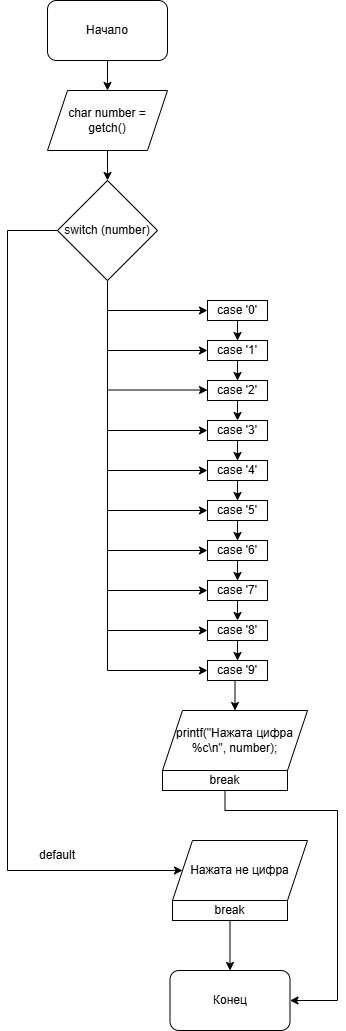
Earlier version of the draw.io export homework_Lb7/лабораторная7.png (marfilich/Homework). Source tidied: cells renumbered, new cells last; positions are measured from the earlier drawing's top-left corner, leaving out a move shared by most shapes.
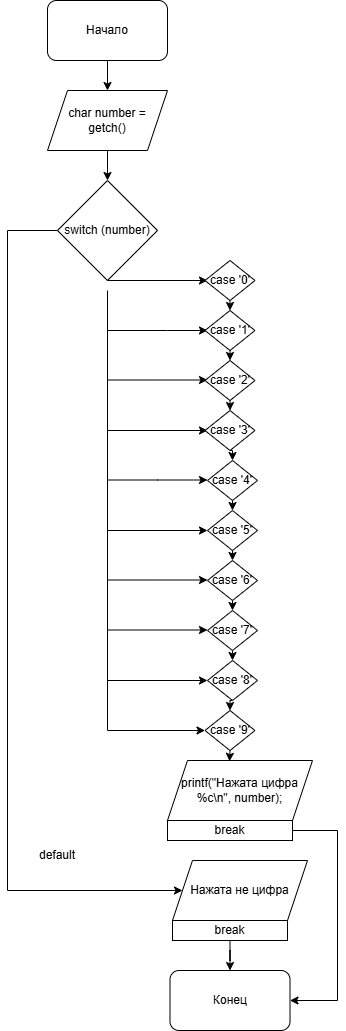
After the change.

Change to the diagram source:
```diff
@@ -14,11 +14,12 @@
     <mxCell id="5" value="char number = getch()" style="shape=parallelogram;perimeter=parallelogramPerimeter;whiteSpace=wrap;html=1;fixedSize=1;" parent="1" vertex="1">
       <mxGeometry x="40" y="90" width="120" height="60" as="geometry" />
     </mxCell>
-    <mxCell id="6" style="edgeStyle=orthogonalEdgeStyle;rounded=0;jettySize=auto;html=1;exitX=0.5;exitY=1;exitDx=0;exitDy=0;entryX=0;entryY=0.5;entryDx=0;entryDy=0;" parent="1" edge="1" target="37">
+    <mxCell id="6" style="edgeStyle=orthogonalEdgeStyle;rounded=0;orthogonalLoop=1;jettySize=auto;html=1;exitX=0.5;exitY=1;exitDx=0;exitDy=0;entryX=0;entryY=0.5;entryDx=0;entryDy=0;" parent="1" edge="1">
       <mxGeometry relative="1" as="geometry">
-        <mxPoint x="100" y="280" as="sourcePoint" />
+        <mxPoint x="100" y="290" as="sourcePoint" />
+        <mxPoint x="197.5" y="730" as="targetPoint" />
         <Array as="points">
-          <mxPoint x="100" y="670" />
+          <mxPoint x="100" y="730" />
         </Array>
       </mxGeometry>
     </mxCell>
@@ -26,8 +27,7 @@
       <mxGeometry relative="1" as="geometry">
         <Array as="points">
           <mxPoint y="230" />
-          <mxPoint y="870" />
-          <mxPoint x="175" y="870" />
+          <mxPoint y="890" />
         </Array>
       </mxGeometry>
     </mxCell>
@@ -36,20 +36,23 @@
     </mxCell>
     <mxCell id="9" style="endArrow=classic;html=1;rounded=0;" parent="1" edge="1">
       <mxGeometry relative="1" as="geometry">
-        <mxPoint x="100" y="310" as="sourcePoint" />
-        <mxPoint x="200" y="310" as="targetPoint" />
+        <mxPoint x="100" y="280" as="sourcePoint" />
+        <mxPoint x="200" y="280" as="targetPoint" />
       </mxGeometry>
     </mxCell>
     <mxCell id="10" style="endArrow=classic;html=1;rounded=0;" parent="1" edge="1">
       <mxGeometry relative="1" as="geometry">
-        <mxPoint x="100" y="350" as="sourcePoint" />
-        <mxPoint x="200" y="350" as="targetPoint" />
+        <mxPoint x="100" y="330" as="sourcePoint" />
+        <mxPoint x="200" y="330" as="targetPoint" />
+        <Array as="points">
+          <mxPoint x="160" y="330" />
+        </Array>
       </mxGeometry>
     </mxCell>
     <mxCell id="11" style="endArrow=classic;html=1;rounded=0;shadow=0;" parent="1" edge="1">
       <mxGeometry relative="1" as="geometry">
-        <mxPoint x="100" y="389.5" as="sourcePoint" />
-        <mxPoint x="200" y="389.5" as="targetPoint" />
+        <mxPoint x="100" y="379.5" as="sourcePoint" />
+        <mxPoint x="200" y="379.5" as="targetPoint" />
       </mxGeometry>
     </mxCell>
     <mxCell id="12" style="endArrow=classic;html=1;rounded=0;shadow=0;" parent="1" edge="1">
@@ -60,123 +63,127 @@
     </mxCell>
     <mxCell id="13" style="endArrow=classic;html=1;rounded=0;shadow=0;" parent="1" edge="1">
       <mxGeometry relative="1" as="geometry">
-        <mxPoint x="100" y="470" as="sourcePoint" />
-        <mxPoint x="200" y="470" as="targetPoint" />
+        <mxPoint x="100" y="479.5" as="sourcePoint" />
+        <mxPoint x="200" y="479.5" as="targetPoint" />
+        <Array as="points">
+          <mxPoint x="150" y="479.5" />
+        </Array>
       </mxGeometry>
     </mxCell>
     <mxCell id="14" style="endArrow=classic;html=1;rounded=0;shadow=0;" parent="1" edge="1">
       <mxGeometry relative="1" as="geometry">
-        <mxPoint x="100" y="510" as="sourcePoint" />
-        <mxPoint x="200" y="510" as="targetPoint" />
+        <mxPoint x="100" y="530" as="sourcePoint" />
+        <mxPoint x="200" y="530" as="targetPoint" />
       </mxGeometry>
     </mxCell>
     <mxCell id="15" style="endArrow=classic;html=1;rounded=0;shadow=0;" parent="1" edge="1">
       <mxGeometry relative="1" as="geometry">
-        <mxPoint x="100" y="550" as="sourcePoint" />
-        <mxPoint x="200" y="550" as="targetPoint" />
+        <mxPoint x="100" y="579.5" as="sourcePoint" />
+        <mxPoint x="200" y="579.5" as="targetPoint" />
       </mxGeometry>
     </mxCell>
     <mxCell id="16" style="endArrow=classic;html=1;rounded=0;shadow=0;" parent="1" edge="1">
       <mxGeometry relative="1" as="geometry">
-        <mxPoint x="100" y="590" as="sourcePoint" />
-        <mxPoint x="200" y="590" as="targetPoint" />
+        <mxPoint x="100" y="629.5" as="sourcePoint" />
+        <mxPoint x="200" y="629.5" as="targetPoint" />
       </mxGeometry>
     </mxCell>
-    <mxCell id="17" style="endArrow=classic;html=1;rounded=0;shadow=0;" parent="1" edge="1">
-      <mxGeometry relative="1" as="geometry">
-        <mxPoint x="100" y="630" as="sourcePoint" />
-        <mxPoint x="200" y="630" as="targetPoint" />
-      </mxGeometry>
-    </mxCell>
+    <mxCell id="38" value="printf(&quot;Нажата цифра %c\n&quot;, number);" style="shape=parallelogram;perimeter=parallelogramPerimeter;whiteSpace=wrap;html=1;fixedSize=1;" parent="1" vertex="1">
+      <mxGeometry x="160" y="760" width="145" height="60" as="geometry" />
+    </mxCell>
+    <mxCell id="39" value="Нажата не цифра" style="shape=parallelogram;perimeter=parallelogramPerimeter;whiteSpace=wrap;html=1;fixedSize=1;" parent="1" vertex="1">
+      <mxGeometry x="165" y="860" width="135" height="60" as="geometry" />
+    </mxCell>
+    <mxCell id="40" value="default" style="text;html=1;whiteSpace=wrap;strokeColor=none;fillColor=none;align=center;verticalAlign=middle;rounded=0;" parent="1" vertex="1">
+      <mxGeometry x="20" y="840" width="60" height="30" as="geometry" />
+    </mxCell>
+    <mxCell id="41" value="Конец" style="rounded=1;whiteSpace=wrap;html=1;" parent="1" vertex="1">
+      <mxGeometry x="162.5" y="970" width="120" height="60" as="geometry" />
+    </mxCell>
+    <mxCell id="42" style="edgeStyle=orthogonalEdgeStyle;rounded=0;jettySize=auto;html=1;exitX=0.5;exitY=1;exitDx=0;exitDy=0;entryX=1;entryY=0.5;entryDx=0;entryDy=0;" parent="1" edge="1" source="43" target="41">
+      <mxGeometry relative="1" as="geometry">
+        <Array as="points">
+          <mxPoint x="218" y="840" />
+          <mxPoint x="218" y="830" />
+          <mxPoint x="330" y="830" />
+          <mxPoint x="330" y="1000" />
+        </Array>
+      </mxGeometry>
+    </mxCell>
+    <mxCell id="43" value="break" style="rounded=0;whiteSpace=wrap;html=1;" parent="1" vertex="1">
+      <mxGeometry x="160" y="820" width="125" height="20" as="geometry" />
+    </mxCell>
+    <mxCell id="44" style="edgeStyle=orthogonalEdgeStyle;rounded=0;jettySize=auto;html=1;entryX=0.5;entryY=0;entryDx=0;entryDy=0;" parent="1" edge="1" source="45" target="41">
+      <mxGeometry relative="1" as="geometry" />
+    </mxCell>
+    <mxCell id="45" value="break" style="rounded=0;whiteSpace=wrap;html=1;" parent="1" vertex="1">
+      <mxGeometry x="165" y="920" width="115" height="20" as="geometry" />
+    </mxCell>
-    <mxCell id="18" style="edgeStyle=orthogonalEdgeStyle;rounded=0;jettySize=auto;html=1;entryX=0.5;entryY=0;entryDx=0;entryDy=0;" parent="1" edge="1" source="19" target="21">
+    <mxCell id="18" style="edgeStyle=orthogonalEdgeStyle;rounded=0;jettySize=auto;html=1;exitX=0.5;exitY=1;exitDx=0;exitDy=0;entryX=0.5;entryY=0;entryDx=0;entryDy=0;" parent="1" edge="1" source="19" target="21">
       <mxGeometry relative="1" as="geometry" />
     </mxCell>
-    <mxCell id="19" value="case '0'" style="text;html=1;whiteSpace=wrap;align=center;verticalAlign=middle;rounded=0;strokeColor=default;" parent="1" vertex="1">
-      <mxGeometry x="200" y="300" width="60" height="20" as="geometry" />
+    <mxCell id="19" value="case '0'" style="rhombus;whiteSpace=wrap;html=1;" parent="1" vertex="1">
+      <mxGeometry x="197.5" y="260" width="50" height="40" as="geometry" />
     </mxCell>
-    <mxCell id="20" style="edgeStyle=orthogonalEdgeStyle;rounded=0;jettySize=auto;html=1;entryX=0.5;entryY=0;entryDx=0;entryDy=0;" parent="1" edge="1" source="21" target="23">
+    <mxCell id="20" style="edgeStyle=orthogonalEdgeStyle;rounded=0;jettySize=auto;html=1;exitX=0.5;exitY=1;exitDx=0;exitDy=0;entryX=0.5;entryY=0;entryDx=0;entryDy=0;" parent="1" edge="1" source="21" target="23">
       <mxGeometry relative="1" as="geometry" />
     </mxCell>
-    <mxCell id="21" value="case '1'" style="text;html=1;whiteSpace=wrap;strokeColor=default;fillColor=none;align=center;verticalAlign=middle;rounded=0;" parent="1" vertex="1">
-      <mxGeometry x="200" y="340" width="60" height="20" as="geometry" />
+    <mxCell id="21" value="case '1'" style="rhombus;whiteSpace=wrap;html=1;" parent="1" vertex="1">
+      <mxGeometry x="197.5" y="310" width="50" height="40" as="geometry" />
     </mxCell>
     <mxCell id="22" style="edgeStyle=orthogonalEdgeStyle;rounded=0;jettySize=auto;html=1;exitX=0.5;exitY=1;exitDx=0;exitDy=0;entryX=0.5;entryY=0;entryDx=0;entryDy=0;" parent="1" edge="1" source="23" target="25">
       <mxGeometry relative="1" as="geometry" />
     </mxCell>
-    <mxCell id="23" value="case '2'" style="text;html=1;whiteSpace=wrap;strokeColor=default;fillColor=none;align=center;verticalAlign=middle;rounded=0;" parent="1" vertex="1">
-      <mxGeometry x="200" y="380" width="60" height="20" as="geometry" />
+    <mxCell id="23" value="case '2'" style="rhombus;whiteSpace=wrap;html=1;" parent="1" vertex="1">
+      <mxGeometry x="197.5" y="360" width="50" height="40" as="geometry" />
     </mxCell>
-    <mxCell id="24" style="edgeStyle=orthogonalEdgeStyle;rounded=0;jettySize=auto;html=1;entryX=0.5;entryY=0;entryDx=0;entryDy=0;" parent="1" edge="1" source="25" target="27">
+    <mxCell id="24" style="edgeStyle=orthogonalEdgeStyle;rounded=0;jettySize=auto;html=1;exitX=0.5;exitY=1;exitDx=0;exitDy=0;entryX=0.5;entryY=0;entryDx=0;entryDy=0;" parent="1" edge="1" source="25" target="27">
       <mxGeometry relative="1" as="geometry" />
     </mxCell>
-    <mxCell id="25" value="case '3'" style="text;html=1;whiteSpace=wrap;strokeColor=default;fillColor=none;align=center;verticalAlign=middle;rounded=0;" parent="1" vertex="1">
-      <mxGeometry x="200" y="420" width="60" height="20" as="geometry" />
+    <mxCell id="25" value="case '3'" style="rhombus;whiteSpace=wrap;html=1;" parent="1" vertex="1">
+      <mxGeometry x="197.5" y="410" width="50" height="40" as="geometry" />
     </mxCell>
-    <mxCell id="26" style="edgeStyle=orthogonalEdgeStyle;rounded=0;jettySize=auto;html=1;entryX=0.5;entryY=0;entryDx=0;entryDy=0;" parent="1" edge="1" source="27" target="29">
+    <mxCell id="26" style="edgeStyle=orthogonalEdgeStyle;rounded=0;jettySize=auto;html=1;exitX=0.5;exitY=1;exitDx=0;exitDy=0;entryX=0.5;entryY=0;entryDx=0;entryDy=0;" parent="1" edge="1" source="27" target="29">
       <mxGeometry relative="1" as="geometry" />
     </mxCell>
-    <mxCell id="27" value="case '4'" style="text;html=1;whiteSpace=wrap;strokeColor=default;fillColor=none;align=center;verticalAlign=middle;rounded=0;" parent="1" vertex="1">
-      <mxGeometry x="200" y="460" width="60" height="20" as="geometry" />
+    <mxCell id="27" value="case '4'" style="rhombus;whiteSpace=wrap;html=1;" parent="1" vertex="1">
+      <mxGeometry x="200" y="460" width="50" height="40" as="geometry" />
     </mxCell>
-    <mxCell id="28" style="edgeStyle=orthogonalEdgeStyle;rounded=0;jettySize=auto;html=1;entryX=0.5;entryY=0;entryDx=0;entryDy=0;" parent="1" edge="1" source="29" target="31">
+    <mxCell id="28" style="edgeStyle=orthogonalEdgeStyle;rounded=0;jettySize=auto;html=1;exitX=0.5;exitY=1;exitDx=0;exitDy=0;entryX=0.5;entryY=0;entryDx=0;entryDy=0;" parent="1" edge="1" source="29" target="31">
       <mxGeometry relative="1" as="geometry" />
     </mxCell>
-    <mxCell id="29" value="case '5'" style="text;html=1;whiteSpace=wrap;strokeColor=default;fillColor=none;align=center;verticalAlign=middle;rounded=0;" parent="1" vertex="1">
-      <mxGeometry x="200" y="500" width="60" height="20" as="geometry" />
+    <mxCell id="29" value="case '5'" style="rhombus;whiteSpace=wrap;html=1;" parent="1" vertex="1">
+      <mxGeometry x="200" y="510" width="50" height="40" as="geometry" />
     </mxCell>
-    <mxCell id="30" style="edgeStyle=orthogonalEdgeStyle;rounded=0;jettySize=auto;html=1;entryX=0.5;entryY=0;entryDx=0;entryDy=0;" parent="1" edge="1" source="31" target="33">
+    <mxCell id="30" style="edgeStyle=orthogonalEdgeStyle;rounded=0;jettySize=auto;html=1;exitX=0.5;exitY=1;exitDx=0;exitDy=0;entryX=0.5;entryY=0;entryDx=0;entryDy=0;" parent="1" edge="1" source="31" target="33">
       <mxGeometry relative="1" as="geometry" />
     </mxCell>
-    <mxCell id="31" value="case '6'" style="text;html=1;whiteSpace=wrap;strokeColor=default;fillColor=none;align=center;verticalAlign=middle;rounded=0;" parent="1" vertex="1">
-      <mxGeometry x="200" y="540" width="60" height="20" as="geometry" />
+    <mxCell id="31" value="case '6'" style="rhombus;whiteSpace=wrap;html=1;" parent="1" vertex="1">
+      <mxGeometry x="200" y="560" width="50" height="40" as="geometry" />
     </mxCell>
     <mxCell id="32" style="edgeStyle=orthogonalEdgeStyle;rounded=0;jettySize=auto;html=1;exitX=0.5;exitY=1;exitDx=0;exitDy=0;entryX=0.5;entryY=0;entryDx=0;entryDy=0;" parent="1" edge="1" source="33" target="35">
       <mxGeometry relative="1" as="geometry" />
     </mxCell>
-    <mxCell id="33" value="case '7'" style="text;html=1;whiteSpace=wrap;strokeColor=default;fillColor=none;align=center;verticalAlign=middle;rounded=0;" parent="1" vertex="1">
-      <mxGeometry x="200" y="580" width="60" height="20" as="geometry" />
+    <mxCell id="33" value="case '7'" style="rhombus;whiteSpace=wrap;html=1;" parent="1" vertex="1">
+      <mxGeometry x="200" y="610" width="50" height="40" as="geometry" />
     </mxCell>
+    <mxCell id="46" style="endArrow=classic;html=1;rounded=0;shadow=0;" parent="1" edge="1">
+      <mxGeometry relative="1" as="geometry">
+        <mxPoint x="100" y="680" as="sourcePoint" />
+        <mxPoint x="200" y="680" as="targetPoint" />
+      </mxGeometry>
+    </mxCell>
-    <mxCell id="34" style="edgeStyle=orthogonalEdgeStyle;rounded=0;jettySize=auto;html=1;entryX=0.5;entryY=0;entryDx=0;entryDy=0;" parent="1" edge="1" source="35" target="37">
+    <mxCell id="34" style="edgeStyle=orthogonalEdgeStyle;rounded=0;jettySize=auto;html=1;exitX=0.5;exitY=1;exitDx=0;exitDy=0;entryX=0.5;entryY=0;entryDx=0;entryDy=0;" parent="1" edge="1" source="35" target="37">
       <mxGeometry relative="1" as="geometry" />
     </mxCell>
-    <mxCell id="35" value="case '8'" style="text;html=1;whiteSpace=wrap;strokeColor=default;fillColor=none;align=center;verticalAlign=middle;rounded=0;" parent="1" vertex="1">
-      <mxGeometry x="200" y="620" width="60" height="20" as="geometry" />
+    <mxCell id="35" value="case '8'" style="rhombus;whiteSpace=wrap;html=1;" parent="1" vertex="1">
+      <mxGeometry x="200" y="660" width="50" height="40" as="geometry" />
     </mxCell>
+    <mxCell id="37" value="case '9'" style="rhombus;whiteSpace=wrap;html=1;" parent="1" vertex="1">
+      <mxGeometry x="197.5" y="710" width="50" height="40" as="geometry" />
+    </mxCell>
-    <mxCell id="36" style="edgeStyle=orthogonalEdgeStyle;rounded=0;jettySize=auto;html=1;exitX=0.5;exitY=1;exitDx=0;exitDy=0;entryX=0.5;entryY=0;entryDx=0;entryDy=0;" parent="1" edge="1" source="37" target="38">
+    <mxCell id="36" style="edgeStyle=orthogonalEdgeStyle;rounded=0;jettySize=auto;html=1;exitX=0.5;exitY=1;exitDx=0;exitDy=0;entryX=0.428;entryY=0.013;entryDx=0;entryDy=0;entryPerimeter=0;" parent="1" edge="1" source="37" target="38">
       <mxGeometry relative="1" as="geometry" />
     </mxCell>
-    <mxCell id="37" value="case '9'" style="text;html=1;whiteSpace=wrap;strokeColor=default;fillColor=none;align=center;verticalAlign=middle;rounded=0;" parent="1" vertex="1">
-      <mxGeometry x="200" y="660" width="60" height="20" as="geometry" />
-    </mxCell>
-    <mxCell id="38" value="printf(&quot;Нажата цифра %c\n&quot;, number);" style="shape=parallelogram;perimeter=parallelogramPerimeter;whiteSpace=wrap;html=1;fixedSize=1;" parent="1" vertex="1">
-      <mxGeometry x="155" y="710" width="145" height="60" as="geometry" />
-    </mxCell>
-    <mxCell id="39" value="Нажата не цифра" style="shape=parallelogram;perimeter=parallelogramPerimeter;whiteSpace=wrap;html=1;fixedSize=1;" parent="1" vertex="1">
-      <mxGeometry x="165" y="840" width="135" height="60" as="geometry" />
-    </mxCell>
-    <mxCell id="40" value="default" style="text;html=1;whiteSpace=wrap;strokeColor=none;fillColor=none;align=center;verticalAlign=middle;rounded=0;" parent="1" vertex="1">
-      <mxGeometry x="20" y="840" width="60" height="30" as="geometry" />
-    </mxCell>
-    <mxCell id="41" value="Конец" style="rounded=1;whiteSpace=wrap;html=1;" parent="1" vertex="1">
-      <mxGeometry x="162.5" y="970" width="120" height="60" as="geometry" />
-    </mxCell>
-    <mxCell id="42" style="edgeStyle=orthogonalEdgeStyle;rounded=0;jettySize=auto;html=1;exitX=0.5;exitY=1;exitDx=0;exitDy=0;entryX=1;entryY=0.5;entryDx=0;entryDy=0;" parent="1" edge="1" source="43" target="41">
-      <mxGeometry relative="1" as="geometry">
-        <Array as="points">
-          <mxPoint x="218" y="810" />
-          <mxPoint x="330" y="810" />
-          <mxPoint x="330" y="1000" />
-        </Array>
-      </mxGeometry>
-    </mxCell>
-    <mxCell id="43" value="break" style="rounded=0;whiteSpace=wrap;html=1;" parent="1" vertex="1">
-      <mxGeometry x="155" y="770" width="125" height="20" as="geometry" />
-    </mxCell>
-    <mxCell id="44" style="edgeStyle=orthogonalEdgeStyle;rounded=0;jettySize=auto;html=1;entryX=0.5;entryY=0;entryDx=0;entryDy=0;" parent="1" edge="1" source="45" target="41">
-      <mxGeometry relative="1" as="geometry" />
-    </mxCell>
-    <mxCell id="45" value="break" style="rounded=0;whiteSpace=wrap;html=1;" parent="1" vertex="1">
-      <mxGeometry x="165" y="900" width="115" height="20" as="geometry" />
-    </mxCell>
   </root>
 </mxGraphModel>
```
